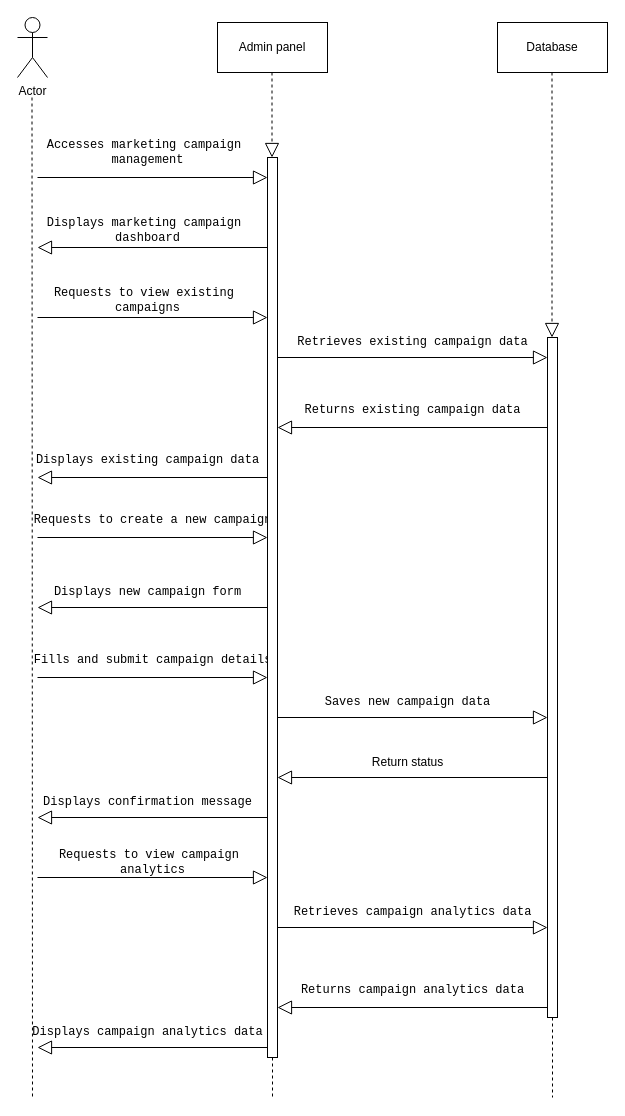
The draw.io diagram marketing Diagram.drawio in CodeSithum/sequencediagram, before the edit. Source tidied: cells renumbered, new cells numbered last; positions are measured from the earlier drawing's top-left corner, leaving out a move shared by most shapes. Both pictures are drawn from the tidied source at 100%, with x=0, y=0 at pixel (17, 17).
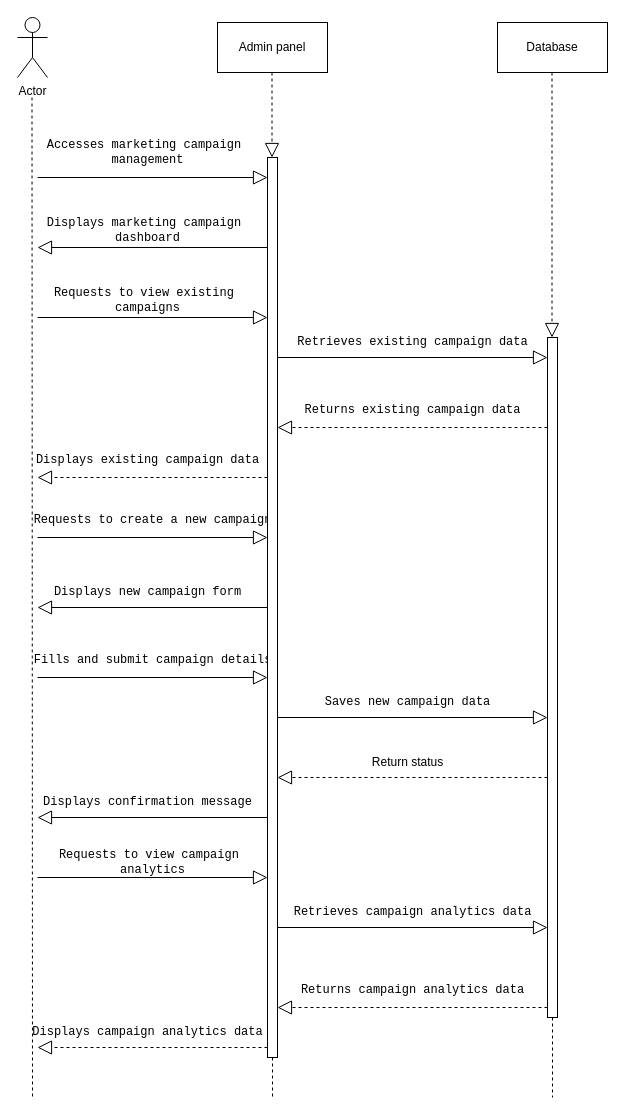
The same page after the edit.

Change to the diagram source:
```diff
@@
-    <mxCell id="28" style="endArrow=block;endFill=0;endSize=12;html=1;rounded=0;" parent="1" edge="1">
+    <mxCell id="28" style="endArrow=block;endFill=0;endSize=12;html=1;rounded=0;dashed=1;" parent="1" edge="1">
       <mxGeometry relative="1" as="geometry">
         <mxPoint x="530" y="410" as="sourcePoint" />
         <mxPoint x="260" y="410" as="targetPoint" />
       </mxGeometry>
     </mxCell>
-    <mxCell id="29" style="endArrow=block;endFill=0;endSize=12;html=1;rounded=0;" parent="1" edge="1">
+    <mxCell id="29" style="endArrow=block;endFill=0;endSize=12;html=1;rounded=0;dashed=1;" parent="1" edge="1">
       <mxGeometry relative="1" as="geometry">
         <mxPoint x="250" y="460" as="sourcePoint" />
         <mxPoint x="20" y="460" as="targetPoint" />
       </mxGeometry>
     </mxCell>
@@
-    <mxCell id="34" style="endArrow=block;endFill=0;endSize=12;html=1;rounded=0;" parent="1" edge="1">
+    <mxCell id="34" style="endArrow=block;endFill=0;endSize=12;html=1;rounded=0;dashed=1;" parent="1" edge="1">
       <mxGeometry relative="1" as="geometry">
         <mxPoint x="530" y="760" as="sourcePoint" />
         <mxPoint x="260" y="760" as="targetPoint" />
       </mxGeometry>
     </mxCell>
@@
-    <mxCell id="36" style="endArrow=block;endFill=0;endSize=12;html=1;rounded=0;" parent="1" edge="1">
+    <mxCell id="36" style="endArrow=block;endFill=0;endSize=12;html=1;rounded=0;dashed=1;" parent="1" edge="1">
       <mxGeometry relative="1" as="geometry">
         <mxPoint x="530" y="990" as="sourcePoint" />
         <mxPoint x="260" y="990" as="targetPoint" />
       </mxGeometry>
     </mxCell>
@@
-    <mxCell id="39" style="endArrow=block;endFill=0;endSize=12;html=1;rounded=0;" parent="1" edge="1">
+    <mxCell id="39" style="endArrow=block;endFill=0;endSize=12;html=1;rounded=0;dashed=1;" parent="1" edge="1">
       <mxGeometry relative="1" as="geometry">
         <mxPoint x="250" y="1030" as="sourcePoint" />
         <mxPoint x="20" y="1030" as="targetPoint" />
       </mxGeometry>
     </mxCell>
```
